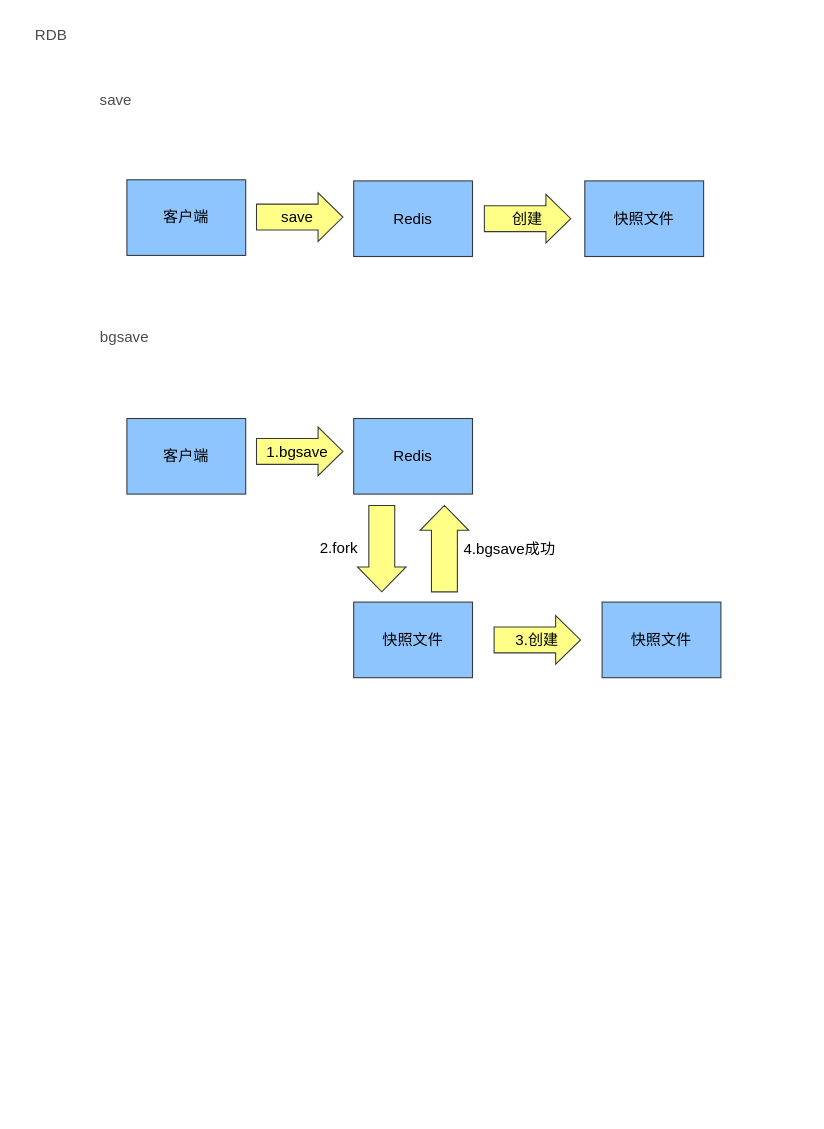
zhangyuying-cn/images keeps this draw.io diagram as page "Redis持久化" (8 of 8) of Redis/Redis.drawio. Above is the earlier version. Source tidied: cells renumbered, new cells numbered last; positions are measured from the earlier drawing's top-left corner, leaving out a move shared by most shapes. Both pictures are drawn from the tidied source at 108%, with x=0, y=0 at pixel (18, 18).
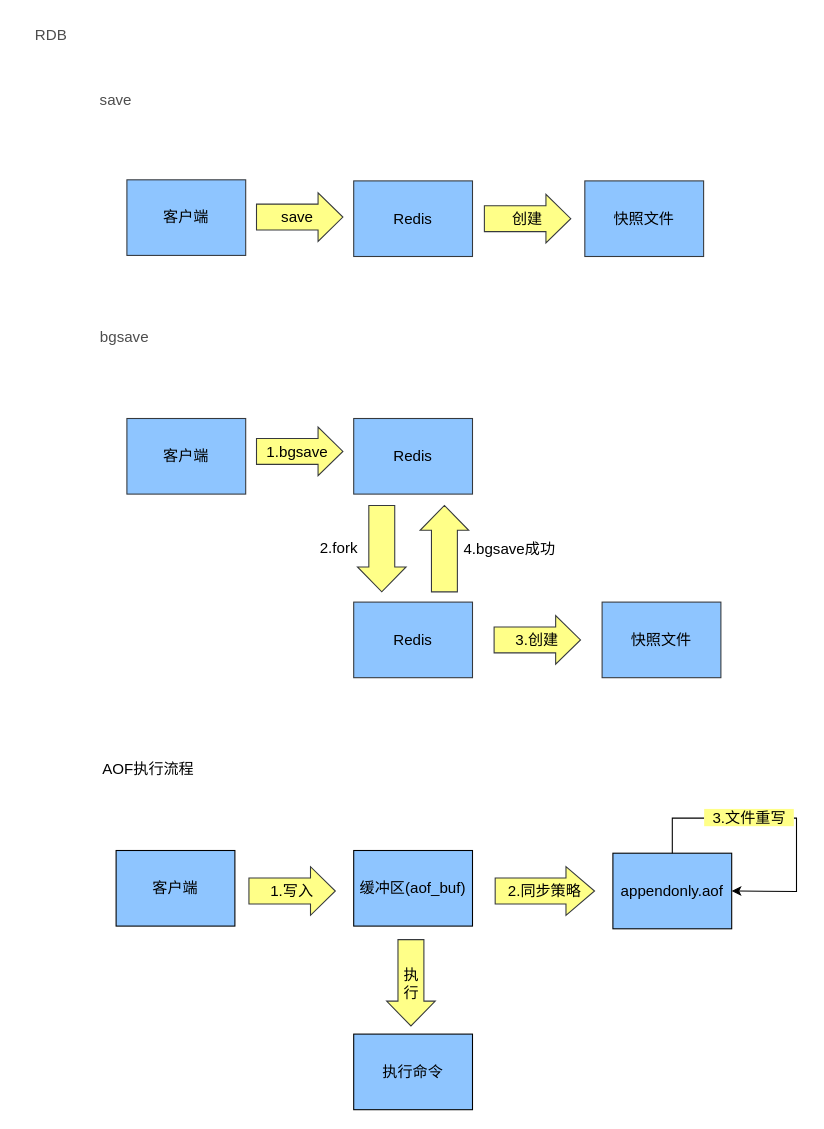
Above is the later version.

The edit, as a diff of the source:
```diff
@@
-    <mxCell id="15" value="快照文件" style="rounded=0;whiteSpace=wrap;html=1;fontFamily=Helvetica;fontSize=14;strokeWidth=1;fillColor=#8EC5FF;strokeColor=#36393d;" parent="1" vertex="1">
+    <mxCell id="15" value="Redis" style="rounded=0;whiteSpace=wrap;html=1;fontFamily=Helvetica;fontSize=14;strokeWidth=1;fillColor=#8EC5FF;strokeColor=#36393d;" parent="1" vertex="1">
       <mxGeometry x="310" y="540" width="110" height="70" as="geometry" />
     </mxCell>
@@
+    <mxCell id="20" value="AOF执行流程" style="text;html=1;strokeColor=none;fillColor=none;align=center;verticalAlign=middle;whiteSpace=wrap;rounded=0;labelBackgroundColor=none;fontFamily=Helvetica;fontSize=14;fontColor=#000000;" parent="1" vertex="1">
+      <mxGeometry x="60" y="680" width="120" height="30" as="geometry" />
+    </mxCell>
+    <mxCell id="21" value="客户端" style="rounded=0;whiteSpace=wrap;html=1;labelBackgroundColor=none;fontFamily=Helvetica;fontSize=14;fontColor=#000000;strokeColor=#000000;strokeWidth=1;fillColor=#8EC5FF;gradientColor=none;" parent="1" vertex="1">
+      <mxGeometry x="90" y="770" width="110" height="70" as="geometry" />
+    </mxCell>
+    <mxCell id="22" value="缓冲区(aof_buf)" style="rounded=0;whiteSpace=wrap;html=1;labelBackgroundColor=none;fontFamily=Helvetica;fontSize=14;fontColor=#000000;strokeColor=#000000;strokeWidth=1;fillColor=#8EC5FF;gradientColor=none;" parent="1" vertex="1">
+      <mxGeometry x="310" y="770" width="110" height="70" as="geometry" />
+    </mxCell>
+    <mxCell id="23" value="appendonly.aof" style="rounded=0;whiteSpace=wrap;html=1;labelBackgroundColor=none;fontFamily=Helvetica;fontSize=14;fontColor=#000000;strokeColor=#000000;strokeWidth=1;fillColor=#8EC5FF;gradientColor=none;" parent="1" vertex="1">
+      <mxGeometry x="550" y="772.5" width="110" height="70" as="geometry" />
+    </mxCell>
+    <mxCell id="24" value="执行命令" style="rounded=0;whiteSpace=wrap;html=1;labelBackgroundColor=none;fontFamily=Helvetica;fontSize=14;fontColor=#000000;strokeColor=#000000;strokeWidth=1;fillColor=#8EC5FF;gradientColor=none;" parent="1" vertex="1">
+      <mxGeometry x="310" y="940" width="110" height="70" as="geometry" />
+    </mxCell>
+    <mxCell id="25" style="endArrow=classic;html=1;rounded=0;labelBackgroundColor=#FFFFFF;fontFamily=Helvetica;fontSize=14;fontColor=#000000;strokeColor=#000000;fillColor=#FFAA5B;exitX=0.5;exitY=0;exitDx=0;exitDy=0;entryX=1;entryY=0.5;entryDx=0;entryDy=0;" parent="1" edge="1" source="23" target="23">
+      <mxGeometry relative="1" as="geometry">
+        <Array as="points">
+          <mxPoint x="605" y="740" />
+          <mxPoint x="680" y="740" />
+          <mxPoint x="720" y="740" />
+          <mxPoint x="720" y="808" />
+        </Array>
+      </mxGeometry>
+    </mxCell>
+    <mxCell id="26" value="&lt;span style=&quot;background-color: rgb(255, 255, 136);&quot;&gt;&amp;nbsp; 3.文件重写&amp;nbsp;&amp;nbsp;&lt;/span&gt;" style="edgeLabel;html=1;align=center;verticalAlign=middle;fontSize=14;fontFamily=Helvetica;fontColor=#000000;" parent="25" vertex="1">
+      <mxGeometry x="-0.25" y="1" relative="1" as="geometry" />
+    </mxCell>
+    <mxCell id="27" value="1.写入" style="shape=singleArrow;whiteSpace=wrap;html=1;rounded=0;labelBackgroundColor=none;fontFamily=Helvetica;fontSize=14;strokeColor=#36393d;strokeWidth=1;fillColor=#ffff88;arrowWidth=0.5333333333333333;arrowSize=0.2875;" parent="1" vertex="1">
+      <mxGeometry x="213" y="785" width="80" height="45" as="geometry" />
+    </mxCell>
+    <mxCell id="28" value="2.同步策略" style="shape=singleArrow;whiteSpace=wrap;html=1;rounded=0;labelBackgroundColor=none;fontFamily=Helvetica;fontSize=14;strokeColor=#36393d;strokeWidth=1;fillColor=#ffff88;arrowWidth=0.5333333333333333;arrowSize=0.2875;" parent="1" vertex="1">
+      <mxGeometry x="441" y="785" width="92" height="45" as="geometry" />
+    </mxCell>
+    <mxCell id="29" value="执&lt;br&gt;行" style="shape=singleArrow;whiteSpace=wrap;html=1;rounded=0;labelBackgroundColor=none;fontFamily=Helvetica;fontSize=14;strokeColor=#36393d;strokeWidth=1;fillColor=#ffff88;arrowWidth=0.5333333333333333;arrowSize=0.2875;direction=south;" parent="1" vertex="1">
+      <mxGeometry x="340.5" y="852.5" width="45" height="80" as="geometry" />
+    </mxCell>
```
